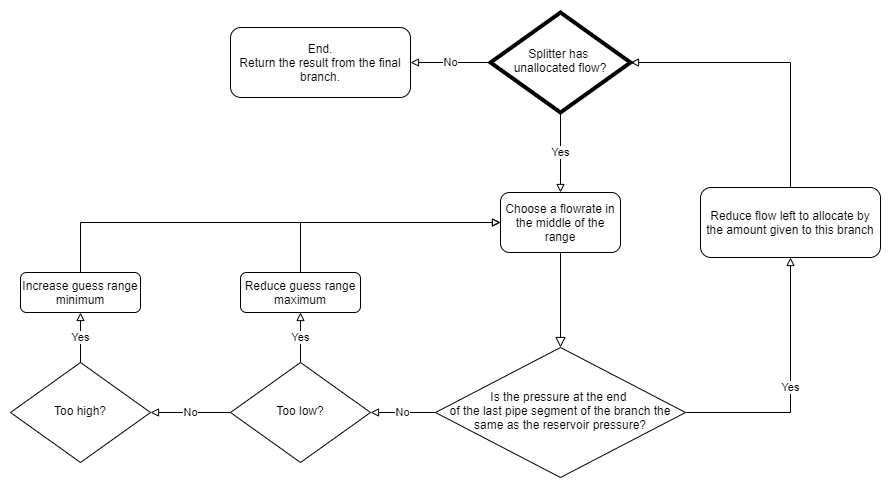
This is public/images/searchBranchFlowrate.png from Jerell/parallel-reservoirs, a draw.io export, as it was before one commit. Source tidied: cells renumbered, new cells last; positions are measured from the earlier drawing's top-left corner, leaving out a move shared by most shapes. Source of this version:
```xml
<mxGraphModel>
  <root>
    <mxCell id="0" />
    <mxCell id="1" parent="0" />
    <mxCell id="2" style="rounded=0;html=1;jettySize=auto;fontSize=11;endArrow=block;endFill=0;endSize=8;strokeWidth=1;shadow=0;labelBackgroundColor=none;edgeStyle=orthogonalEdgeStyle;" parent="1" edge="1" source="3" target="6">
      <mxGeometry relative="1" as="geometry" />
    </mxCell>
    <mxCell id="3" value="Choose a flowrate in the middle of the range" style="rounded=1;whiteSpace=wrap;html=1;fontSize=12;glass=0;strokeWidth=1;shadow=0;" parent="1" vertex="1">
      <mxGeometry x="490" y="180" width="120" height="60" as="geometry" />
    </mxCell>
    <mxCell id="4" value="No" style="edgeStyle=orthogonalEdgeStyle;rounded=0;jettySize=auto;html=1;exitX=0;exitY=0.5;exitDx=0;exitDy=0;entryX=1;entryY=0.5;entryDx=0;entryDy=0;endArrow=block;endFill=0;" parent="1" edge="1" source="6" target="11">
      <mxGeometry relative="1" as="geometry" />
    </mxCell>
    <mxCell id="5" value="Yes" style="edgeStyle=orthogonalEdgeStyle;rounded=0;jettySize=auto;html=1;endArrow=block;endFill=0;entryX=0.5;entryY=1;entryDx=0;entryDy=0;" parent="1" edge="1" source="6" target="8">
      <mxGeometry relative="1" as="geometry" />
    </mxCell>
    <mxCell id="6" value="Is the pressure at the end &lt;br&gt;of the last pipe segment of the branch the same as the reservoir pressure?" style="rhombus;whiteSpace=wrap;html=1;shadow=0;fontFamily=Helvetica;fontSize=12;align=center;strokeWidth=1;spacing=6;spacingTop=-4;" parent="1" vertex="1">
      <mxGeometry x="425" y="335" width="250" height="130" as="geometry" />
    </mxCell>
    <mxCell id="7" style="edgeStyle=orthogonalEdgeStyle;rounded=0;jettySize=auto;html=1;entryX=1;entryY=0.5;entryDx=0;entryDy=0;endArrow=block;endFill=0;exitX=0.5;exitY=0;exitDx=0;exitDy=0;" parent="1" edge="1" source="8" target="20">
      <mxGeometry relative="1" as="geometry">
        <Array as="points">
          <mxPoint x="780" y="50" />
        </Array>
      </mxGeometry>
    </mxCell>
    <mxCell id="8" value="Reduce flow left to allocate by the amount given to this branch" style="rounded=1;whiteSpace=wrap;html=1;fontSize=12;glass=0;strokeWidth=1;shadow=0;" parent="1" vertex="1">
      <mxGeometry x="690" y="175" width="180" height="70" as="geometry" />
    </mxCell>
    <mxCell id="9" value="Yes" style="edgeStyle=orthogonalEdgeStyle;rounded=0;jettySize=auto;html=1;entryX=0.5;entryY=1;entryDx=0;entryDy=0;endArrow=block;endFill=0;" parent="1" edge="1" source="11" target="15">
      <mxGeometry relative="1" as="geometry" />
    </mxCell>
    <mxCell id="10" value="No" style="edgeStyle=orthogonalEdgeStyle;rounded=0;jettySize=auto;html=1;entryX=1;entryY=0.5;entryDx=0;entryDy=0;endArrow=block;endFill=0;" parent="1" edge="1" source="11" target="13">
      <mxGeometry relative="1" as="geometry" />
    </mxCell>
    <mxCell id="11" value="Too low?" style="rhombus;whiteSpace=wrap;html=1;shadow=0;fontFamily=Helvetica;fontSize=12;align=center;strokeWidth=1;spacing=6;spacingTop=-4;" parent="1" vertex="1">
      <mxGeometry x="220" y="350" width="140" height="100" as="geometry" />
    </mxCell>
    <mxCell id="12" value="Yes" style="edgeStyle=orthogonalEdgeStyle;rounded=0;jettySize=auto;html=1;entryX=0.5;entryY=1;entryDx=0;entryDy=0;endArrow=block;endFill=0;" parent="1" edge="1" source="13" target="17">
      <mxGeometry relative="1" as="geometry" />
    </mxCell>
    <mxCell id="13" value="Too high?" style="rhombus;whiteSpace=wrap;html=1;shadow=0;fontFamily=Helvetica;fontSize=12;align=center;strokeWidth=1;spacing=6;spacingTop=-4;" parent="1" vertex="1">
      <mxGeometry y="350" width="140" height="100" as="geometry" />
    </mxCell>
    <mxCell id="14" style="edgeStyle=orthogonalEdgeStyle;rounded=0;jettySize=auto;html=1;entryX=0;entryY=0.5;entryDx=0;entryDy=0;endArrow=block;endFill=0;" parent="1" edge="1" source="15" target="3">
      <mxGeometry relative="1" as="geometry">
        <Array as="points">
          <mxPoint x="290" y="210" />
        </Array>
      </mxGeometry>
    </mxCell>
    <mxCell id="15" value="Reduce guess range maximum" style="rounded=1;whiteSpace=wrap;html=1;fontSize=12;glass=0;strokeWidth=1;shadow=0;" parent="1" vertex="1">
      <mxGeometry x="230" y="260" width="120" height="40" as="geometry" />
    </mxCell>
    <mxCell id="16" style="edgeStyle=orthogonalEdgeStyle;rounded=0;jettySize=auto;html=1;endArrow=block;endFill=0;" parent="1" edge="1" source="17">
      <mxGeometry relative="1" as="geometry">
        <mxPoint x="490" y="210" as="targetPoint" />
        <Array as="points">
          <mxPoint x="70" y="210" />
        </Array>
      </mxGeometry>
    </mxCell>
    <mxCell id="17" value="Increase guess range minimum" style="rounded=1;whiteSpace=wrap;html=1;fontSize=12;glass=0;strokeWidth=1;shadow=0;" parent="1" vertex="1">
      <mxGeometry x="10" y="260" width="120" height="40" as="geometry" />
    </mxCell>
    <mxCell id="18" value="Yes" style="edgeStyle=orthogonalEdgeStyle;rounded=0;jettySize=auto;html=1;entryX=0.5;entryY=0;entryDx=0;entryDy=0;endArrow=block;endFill=0;" parent="1" edge="1" source="20" target="3">
      <mxGeometry relative="1" as="geometry" />
    </mxCell>
    <mxCell id="19" value="No" style="edgeStyle=orthogonalEdgeStyle;rounded=0;jettySize=auto;html=1;entryX=1;entryY=0.5;entryDx=0;entryDy=0;endArrow=block;endFill=0;" parent="1" edge="1" source="20" target="21">
      <mxGeometry relative="1" as="geometry" />
    </mxCell>
    <mxCell id="20" value="Splitter has &lt;br&gt;unallocated flow?" style="rhombus;whiteSpace=wrap;html=1;shadow=0;fontFamily=Helvetica;fontSize=12;align=center;strokeWidth=4;spacing=6;spacingTop=-4;" parent="1" vertex="1">
      <mxGeometry x="480" width="140" height="100" as="geometry" />
    </mxCell>
    <mxCell id="21" value="End.&lt;br&gt;Return the result from the final branch." style="rounded=1;whiteSpace=wrap;html=1;fontSize=12;glass=0;strokeWidth=1;shadow=0;" parent="1" vertex="1">
      <mxGeometry x="220" y="15" width="180" height="70" as="geometry" />
    </mxCell>
  </root>
</mxGraphModel>
```
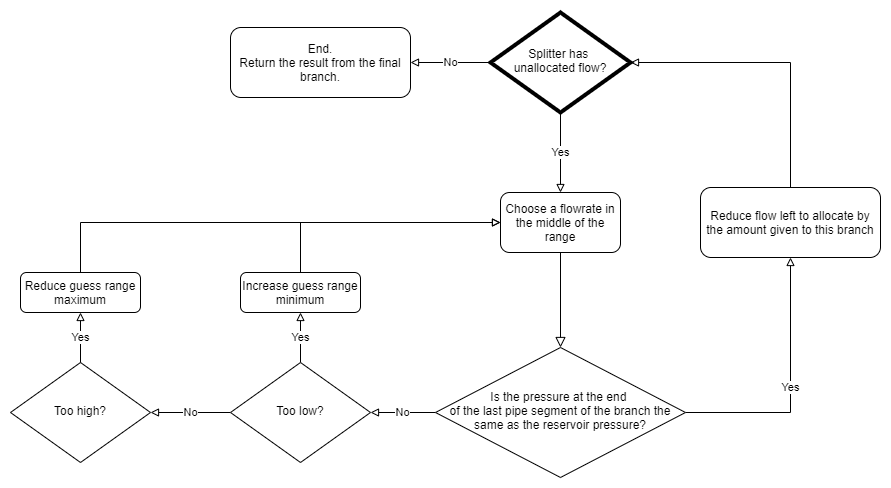
Later version of the same file.

Commit message:
correct splitter search diagram

Diff of the diagram source:
```diff
@@ -49,7 +49,7 @@
         </Array>
       </mxGeometry>
     </mxCell>
-    <mxCell id="15" value="Reduce guess range maximum" style="rounded=1;whiteSpace=wrap;html=1;fontSize=12;glass=0;strokeWidth=1;shadow=0;" parent="1" vertex="1">
+    <mxCell id="15" value="Increase guess range minimum" style="rounded=1;whiteSpace=wrap;html=1;fontSize=12;glass=0;strokeWidth=1;shadow=0;" parent="1" vertex="1">
       <mxGeometry x="230" y="260" width="120" height="40" as="geometry" />
     </mxCell>
     <mxCell id="16" style="edgeStyle=orthogonalEdgeStyle;rounded=0;jettySize=auto;html=1;endArrow=block;endFill=0;" parent="1" edge="1" source="17">
@@ -60,7 +60,7 @@
         </Array>
       </mxGeometry>
     </mxCell>
-    <mxCell id="17" value="Increase guess range minimum" style="rounded=1;whiteSpace=wrap;html=1;fontSize=12;glass=0;strokeWidth=1;shadow=0;" parent="1" vertex="1">
+    <mxCell id="17" value="Reduce guess range maximum" style="rounded=1;whiteSpace=wrap;html=1;fontSize=12;glass=0;strokeWidth=1;shadow=0;" parent="1" vertex="1">
       <mxGeometry x="10" y="260" width="120" height="40" as="geometry" />
     </mxCell>
     <mxCell id="18" value="Yes" style="edgeStyle=orthogonalEdgeStyle;rounded=0;jettySize=auto;html=1;entryX=0.5;entryY=0;entryDx=0;entryDy=0;endArrow=block;endFill=0;" parent="1" edge="1" source="20" target="3">
```
